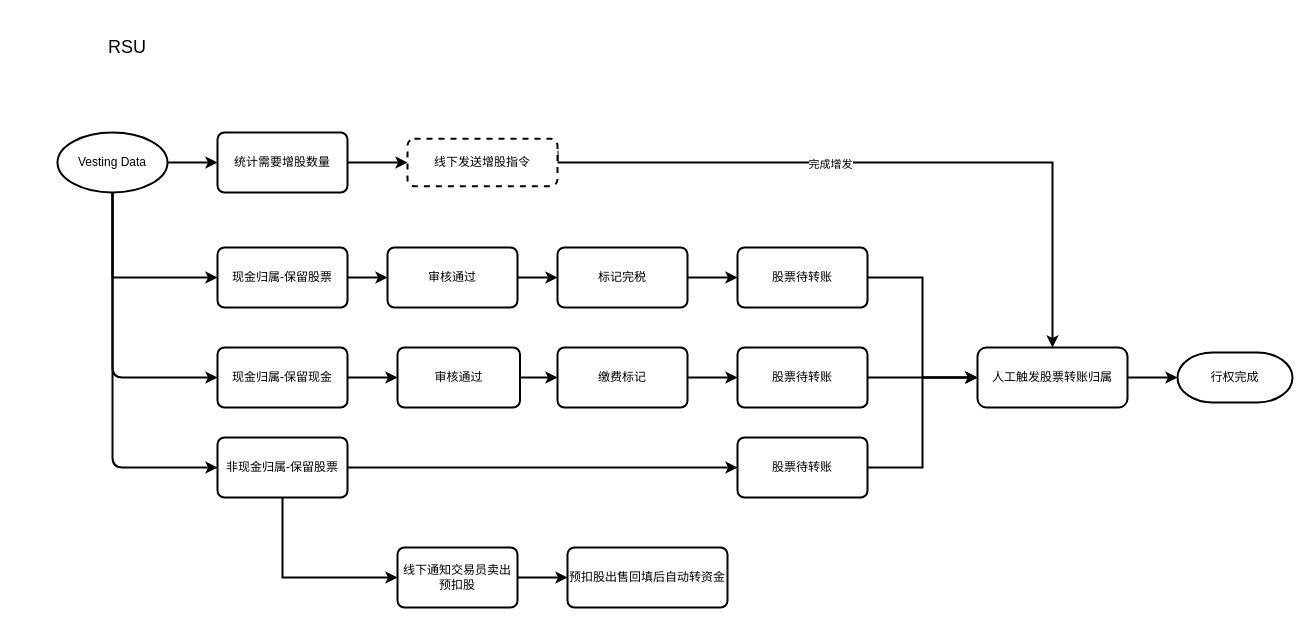
This is 实时增发-RSU.drawio from fengyong7723131/xiaoye, a draw.io file, before an edit. Source tidied: cells renumbered, new cells numbered last; positions are measured from the earlier drawing's top-left corner, leaving out a move shared by most shapes. Both pictures are drawn from the tidied source at 100%, with x=0, y=0 at pixel (17, 17).
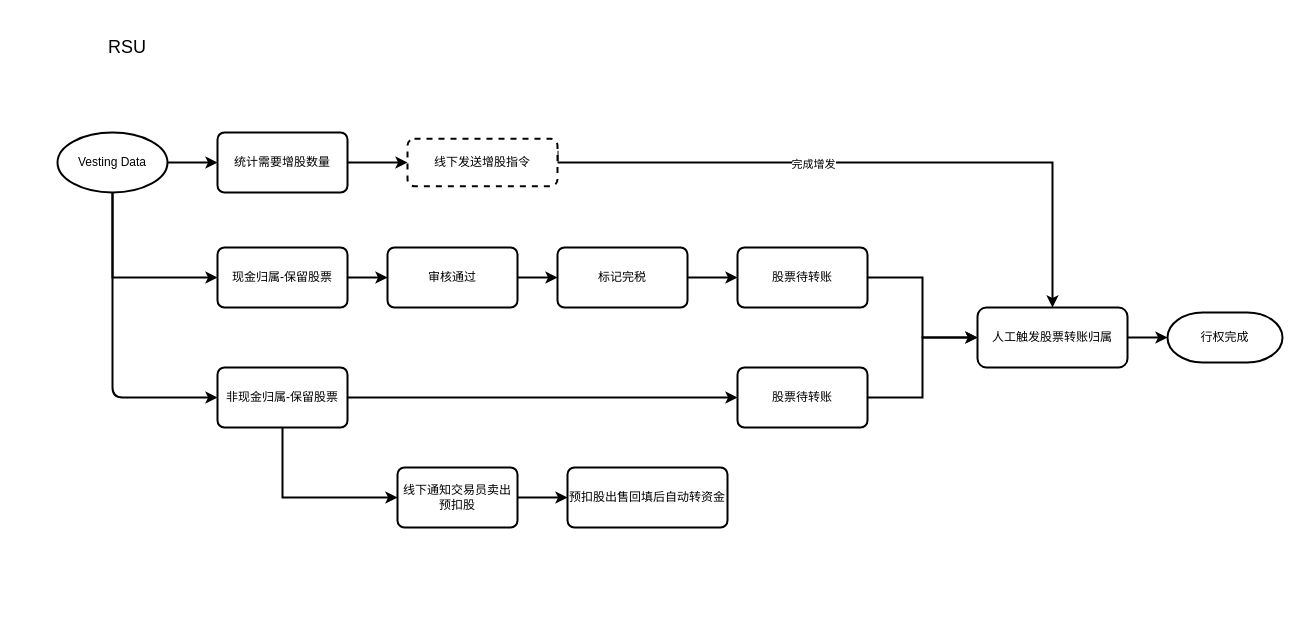
The same diagram, later.

Commit message:
更新实时增发-RSU.drawio

Unchanged cells that the change refers to:
```xml
<mxCell id="4" value="Vesting Data" style="strokeWidth=2;html=1;shape=mxgraph.flowchart.start_1;whiteSpace=wrap;" parent="1" vertex="1">
  <mxGeometry x="40" y="115" width="110" height="60" as="geometry" />
</mxCell>
```

Change to the diagram source:
```diff
@@
     <mxCell id="13" value="行权完成" style="strokeWidth=2;html=1;shape=mxgraph.flowchart.terminator;whiteSpace=wrap;" parent="1" vertex="1">
-      <mxGeometry x="1160" y="335" width="115" height="50" as="geometry" />
+      <mxGeometry x="1150" y="295" width="115" height="50" as="geometry" />
     </mxCell>
@@
-    <mxCell id="20" style="edgeStyle=orthogonalEdgeStyle;rounded=0;jettySize=auto;html=1;exitX=1;exitY=0.5;exitDx=0;exitDy=0;entryX=0;entryY=0.5;entryDx=0;entryDy=0;strokeWidth=2;" parent="1" edge="1" source="21" target="26">
-      <mxGeometry relative="1" as="geometry" />
-    </mxCell>
-    <mxCell id="21" value="现金归属-保留现金" style="rounded=1;whiteSpace=wrap;html=1;absoluteArcSize=1;arcSize=14;strokeWidth=2;" parent="1" vertex="1">
-      <mxGeometry x="200" y="330" width="130" height="60" as="geometry" />
-    </mxCell>
@@
     <mxCell id="24" value="非现金归属-保留股票" style="rounded=1;whiteSpace=wrap;html=1;absoluteArcSize=1;arcSize=14;strokeWidth=2;" parent="1" vertex="1">
-      <mxGeometry x="200" y="420" width="130" height="60" as="geometry" />
+      <mxGeometry x="200" y="350" width="130" height="60" as="geometry" />
     </mxCell>
-    <mxCell id="25" style="edgeStyle=orthogonalEdgeStyle;rounded=0;jettySize=auto;html=1;exitX=1;exitY=0.5;exitDx=0;exitDy=0;entryX=0;entryY=0.5;entryDx=0;entryDy=0;strokeWidth=2;" parent="1" edge="1" source="26" target="28">
-      <mxGeometry relative="1" as="geometry" />
-    </mxCell>
-    <mxCell id="26" value="审核通过" style="rounded=1;whiteSpace=wrap;html=1;absoluteArcSize=1;arcSize=14;strokeWidth=2;" parent="1" vertex="1">
-      <mxGeometry x="380" y="330" width="122.5" height="60" as="geometry" />
-    </mxCell>
-    <mxCell id="27" style="edgeStyle=orthogonalEdgeStyle;rounded=0;jettySize=auto;html=1;exitX=1;exitY=0.5;exitDx=0;exitDy=0;strokeWidth=2;" parent="1" edge="1" source="28" target="30">
-      <mxGeometry relative="1" as="geometry" />
-    </mxCell>
-    <mxCell id="28" value="缴费标记" style="rounded=1;whiteSpace=wrap;html=1;absoluteArcSize=1;arcSize=14;strokeWidth=2;" parent="1" vertex="1">
-      <mxGeometry x="540" y="330" width="130" height="60" as="geometry" />
-    </mxCell>
-    <mxCell id="29" style="edgeStyle=orthogonalEdgeStyle;rounded=0;jettySize=auto;html=1;exitX=1;exitY=0.5;exitDx=0;exitDy=0;strokeWidth=2;" parent="1" edge="1" source="30" target="39">
-      <mxGeometry relative="1" as="geometry" />
-    </mxCell>
-    <mxCell id="30" value="股票待转账" style="rounded=1;whiteSpace=wrap;html=1;absoluteArcSize=1;arcSize=14;strokeWidth=2;" parent="1" vertex="1">
-      <mxGeometry x="720" y="330" width="130" height="60" as="geometry" />
-    </mxCell>
@@
     <mxCell id="32" value="线下通知交易员卖出预扣股" style="rounded=1;whiteSpace=wrap;html=1;absoluteArcSize=1;arcSize=14;strokeWidth=2;" parent="1" vertex="1">
-      <mxGeometry x="380" y="530" width="120" height="60" as="geometry" />
+      <mxGeometry x="380" y="450" width="120" height="60" as="geometry" />
     </mxCell>
     <mxCell id="33" value="预扣股出售回填后自动转资金" style="rounded=1;whiteSpace=wrap;html=1;absoluteArcSize=1;arcSize=14;strokeWidth=2;" parent="1" vertex="1">
-      <mxGeometry x="550" y="530" width="160" height="60" as="geometry" />
+      <mxGeometry x="550" y="450" width="160" height="60" as="geometry" />
     </mxCell>
-    <mxCell id="34" style="endArrow=classic;html=1;strokeWidth=2;entryX=0;entryY=0.5;entryDx=0;entryDy=0;exitX=0.5;exitY=1;exitDx=0;exitDy=0;exitPerimeter=0;" parent="1" edge="1" source="4" target="21">
-      <mxGeometry relative="1" as="geometry">
-        <Array as="points">
-          <mxPoint x="95" y="360" />
-        </Array>
-      </mxGeometry>
-    </mxCell>
     <mxCell id="35" style="endArrow=classic;html=1;strokeWidth=2;entryX=0;entryY=0.5;entryDx=0;entryDy=0;exitX=0.5;exitY=1;exitDx=0;exitDy=0;exitPerimeter=0;" parent="1" edge="1" source="4" target="24">
       <mxGeometry relative="1" as="geometry">
         <Array as="points">
-          <mxPoint x="95" y="450" />
+          <mxPoint x="95" y="380" />
         </Array>
       </mxGeometry>
     </mxCell>
@@
     <mxCell id="37" value="股票待转账" style="rounded=1;whiteSpace=wrap;html=1;absoluteArcSize=1;arcSize=14;strokeWidth=2;" parent="1" vertex="1">
-      <mxGeometry x="720" y="420" width="130" height="60" as="geometry" />
+      <mxGeometry x="720" y="350" width="130" height="60" as="geometry" />
     </mxCell>
@@
     <mxCell id="39" value="人工触发股票转账归属" style="rounded=1;whiteSpace=wrap;html=1;strokeWidth=2;" parent="1" vertex="1">
-      <mxGeometry x="960" y="330" width="150" height="60" as="geometry" />
+      <mxGeometry x="960" y="290" width="150" height="60" as="geometry" />
     </mxCell>
```
